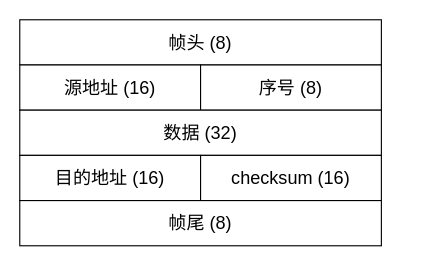
Above: Project1-MinNE/design/frame.drawio in mrcaidev/computer-network-and-communication-technology (draw.io), before the change. Source tidied: cells renumbered, new cells numbered last; positions are measured from the earlier drawing's top-left corner, leaving out a move shared by most shapes. Both pictures are drawn from the tidied source at 113%, with x=0, y=0 at pixel (19, 19).
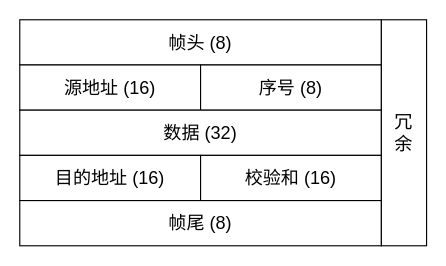
Above is the later version.

Commit message (it also covers changes not shown here):
:pencil: 更改帧结构示例图

What changed in the source:
```diff
@@
 <mxGraphModel>
   <root>
     <mxCell id="0" />
     <mxCell id="1" parent="0" />
     <mxCell id="2" value="&lt;font style=&quot;font-size: 16px&quot;&gt;帧头 (8)&lt;/font&gt;" style="rounded=0;whiteSpace=wrap;html=1;align=center;" parent="1" vertex="1">
       <mxGeometry width="320" height="40" as="geometry" />
     </mxCell>
     <mxCell id="3" value="&lt;font style=&quot;font-size: 16px&quot;&gt;源地址 (16)&lt;/font&gt;" style="rounded=0;whiteSpace=wrap;html=1;align=center;" parent="1" vertex="1">
       <mxGeometry y="40" width="160" height="40" as="geometry" />
     </mxCell>
     <mxCell id="4" value="&lt;font style=&quot;font-size: 16px&quot;&gt;序号 (8)&lt;/font&gt;" style="rounded=0;whiteSpace=wrap;html=1;align=center;" parent="1" vertex="1">
       <mxGeometry x="160" y="40" width="160" height="40" as="geometry" />
     </mxCell>
     <mxCell id="5" value="&lt;font style=&quot;font-size: 16px&quot;&gt;数据 (32)&lt;/font&gt;" style="rounded=0;whiteSpace=wrap;html=1;align=center;" parent="1" vertex="1">
       <mxGeometry y="80" width="320" height="40" as="geometry" />
     </mxCell>
     <mxCell id="6" value="&lt;font style=&quot;font-size: 16px&quot;&gt;目的地址 (16)&lt;/font&gt;" style="rounded=0;whiteSpace=wrap;html=1;align=center;" parent="1" vertex="1">
       <mxGeometry y="120" width="160" height="40" as="geometry" />
     </mxCell>
-    <mxCell id="7" value="&lt;font style=&quot;font-size: 16px&quot;&gt;checksum (16)&lt;/font&gt;" style="rounded=0;whiteSpace=wrap;html=1;align=center;" parent="1" vertex="1">
+    <mxCell id="7" value="&lt;font style=&quot;font-size: 16px&quot;&gt;校验和&amp;nbsp;(16)&lt;/font&gt;" style="rounded=0;whiteSpace=wrap;html=1;align=center;" parent="1" vertex="1">
       <mxGeometry x="160" y="120" width="160" height="40" as="geometry" />
     </mxCell>
     <mxCell id="8" value="&lt;font style=&quot;font-size: 16px&quot;&gt;帧尾 (8)&lt;/font&gt;" style="rounded=0;whiteSpace=wrap;html=1;align=center;" parent="1" vertex="1">
       <mxGeometry y="160" width="320" height="40" as="geometry" />
     </mxCell>
+    <mxCell id="9" value="&lt;font style=&quot;font-size: 16px&quot;&gt;冗&lt;br&gt;余&lt;/font&gt;" style="rounded=0;whiteSpace=wrap;html=1;" parent="1" vertex="1">
+      <mxGeometry x="320" width="40" height="200" as="geometry" />
+    </mxCell>
   </root>
 </mxGraphModel>
```
